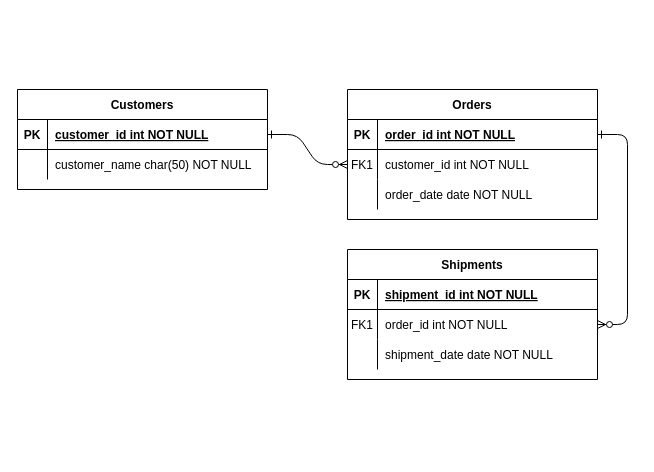
Before: Untitled Diagram.drawio in QuiseB29/Database-Fundamentals, a draw.io diagram. Source tidied: cells renumbered, new cells numbered last; positions are measured from the earlier drawing's top-left corner, leaving out a move shared by most shapes. Both pictures are drawn from the tidied source at 100%, with x=0, y=0 at pixel (17, 89).
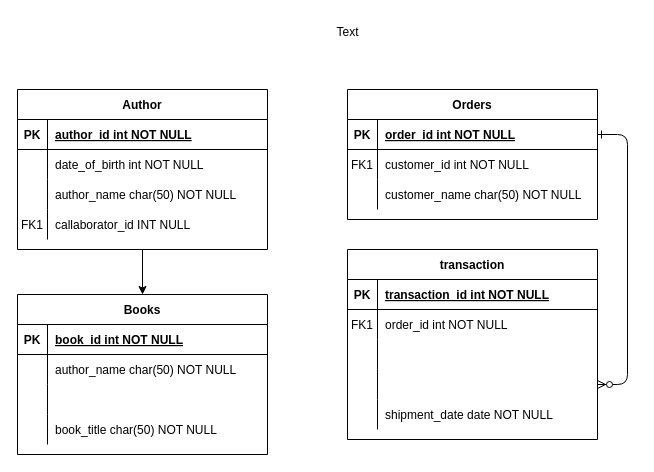
After the change.

Unchanged cells that the change refers to:
```xml
<mxCell id="8" style="shape=partialRectangle;fillColor=none;points=[[0,0.5],[1,0.5]];portConstraint=eastwest;top=0;left=0;right=0;bottom=0;" parent="4" vertex="1">
  <mxGeometry y="60" width="250" height="30" as="geometry" />
</mxCell>
<mxCell id="11" style="shape=partialRectangle;fillColor=none;top=0;left=0;right=0;bottom=0;" parent="4" vertex="1">
  <mxGeometry y="90" width="250" height="30" as="geometry" />
</mxCell>
<mxCell id="15" style="shape=partialRectangle;fillColor=none;top=0;left=0;right=0;bottom=1;" parent="14" vertex="1">
  <mxGeometry y="30" width="250" height="30" as="geometry" />
</mxCell>
<mxCell id="25" style="shape=partialRectangle;fillColor=none;points=[[0,0.5],[1,0.5]];portConstraint=eastwest;top=0;left=0;right=0;bottom=1;" parent="24" vertex="1">
  <mxGeometry y="30" width="250" height="30" as="geometry" />
</mxCell>
<mxCell id="28" style="shape=partialRectangle;fillColor=none;top=0;left=0;right=0;bottom=0;" parent="24" vertex="1">
  <mxGeometry y="60" width="250" height="30" as="geometry" />
</mxCell>
```

What changed in the source:
```diff
@@
-    <mxCell id="2" style="edgeStyle=entityRelationEdgeStyle;endArrow=ERzeroToMany;startArrow=ERone;endFill=1;startFill=0;" parent="1" edge="1" source="25" target="8">
-      <mxGeometry relative="1" as="geometry" />
-    </mxCell>
@@
-    <mxCell id="13" value="order_date date NOT NULL" style="shape=partialRectangle;overflow=hidden;fillColor=none;top=0;left=0;bottom=0;right=0;align=left;spacingLeft=6;" parent="11" vertex="1">
+    <mxCell id="13" value="customer_name char(50) NOT NULL" style="shape=partialRectangle;overflow=hidden;fillColor=none;top=0;left=0;bottom=0;right=0;align=left;spacingLeft=6;" parent="11" vertex="1">
       <mxGeometry x="30" width="220" height="30" as="geometry" />
     </mxCell>
-    <mxCell id="14" value="Shipments" style="shape=table;startSize=30;childLayout=tableLayout;rowLines=0;fontStyle=1;align=center;" parent="1" vertex="1">
-      <mxGeometry x="330" y="160" width="250" height="130" as="geometry" />
+    <mxCell id="14" value="transaction" style="shape=table;startSize=30;childLayout=tableLayout;rowLines=0;fontStyle=1;align=center;" parent="1" vertex="1">
+      <mxGeometry x="330" y="160" width="250" height="190" as="geometry" />
     </mxCell>
@@
-    <mxCell id="17" value="shipment_id int NOT NULL " style="shape=partialRectangle;overflow=hidden;fillColor=none;top=0;left=0;bottom=0;right=0;align=left;spacingLeft=6;fontStyle=5;" parent="15" vertex="1">
+    <mxCell id="17" value="transaction_id int NOT NULL" style="shape=partialRectangle;overflow=hidden;fillColor=none;top=0;left=0;bottom=0;right=0;align=left;spacingLeft=6;fontStyle=5;" parent="15" vertex="1">
       <mxGeometry x="30" width="220" height="30" as="geometry" />
     </mxCell>
+    <mxCell id="31" style="shape=partialRectangle;fillColor=none;top=0;left=0;right=0;bottom=0;" parent="14" vertex="1">
+      <mxGeometry y="60" width="250" height="30" as="geometry" />
+    </mxCell>
+    <mxCell id="32" value="FK1" style="shape=partialRectangle;overflow=hidden;fillColor=none;top=0;left=0;bottom=0;right=0;" parent="31" vertex="1">
+      <mxGeometry width="30" height="30" as="geometry" />
+    </mxCell>
+    <mxCell id="33" value="order_id int NOT NULL" style="shape=partialRectangle;overflow=hidden;fillColor=none;top=0;left=0;bottom=0;right=0;align=left;spacingLeft=6;" parent="31" vertex="1">
+      <mxGeometry x="30" width="220" height="30" as="geometry" />
+    </mxCell>
+    <mxCell id="34" style="shape=partialRectangle;fillColor=none;top=0;left=0;right=0;bottom=0;" parent="14" vertex="1">
+      <mxGeometry y="90" width="250" height="30" as="geometry" />
+    </mxCell>
+    <mxCell id="35" style="shape=partialRectangle;overflow=hidden;fillColor=none;top=0;left=0;bottom=0;right=0;" parent="34" vertex="1">
+      <mxGeometry width="30" height="30" as="geometry" />
+    </mxCell>
+    <mxCell id="36" style="shape=partialRectangle;overflow=hidden;fillColor=none;top=0;left=0;bottom=0;right=0;align=left;spacingLeft=6;" parent="34" vertex="1">
+      <mxGeometry x="30" width="220" height="30" as="geometry" />
+    </mxCell>
     <mxCell id="18" style="shape=partialRectangle;fillColor=none;points=[[0,0.5],[1,0.5]];portConstraint=eastwest;top=0;left=0;right=0;bottom=0;" parent="14" vertex="1">
-      <mxGeometry y="60" width="250" height="30" as="geometry" />
+      <mxGeometry y="120" width="250" height="30" as="geometry" />
     </mxCell>
-    <mxCell id="19" value="FK1" style="shape=partialRectangle;overflow=hidden;fillColor=none;top=0;left=0;bottom=0;right=0;" parent="18" vertex="1">
+    <mxCell id="19" style="shape=partialRectangle;overflow=hidden;fillColor=none;top=0;left=0;bottom=0;right=0;" parent="18" vertex="1">
       <mxGeometry width="30" height="30" as="geometry" />
     </mxCell>
-    <mxCell id="20" value="order_id int NOT NULL" style="shape=partialRectangle;overflow=hidden;fillColor=none;top=0;left=0;bottom=0;right=0;align=left;spacingLeft=6;" parent="18" vertex="1">
+    <mxCell id="20" style="shape=partialRectangle;overflow=hidden;fillColor=none;top=0;left=0;bottom=0;right=0;align=left;spacingLeft=6;" parent="18" vertex="1">
       <mxGeometry x="30" width="220" height="30" as="geometry" />
     </mxCell>
     <mxCell id="21" style="shape=partialRectangle;fillColor=none;top=0;left=0;right=0;bottom=0;" parent="14" vertex="1">
-      <mxGeometry y="90" width="250" height="30" as="geometry" />
+      <mxGeometry y="150" width="250" height="30" as="geometry" />
     </mxCell>
@@
+    <mxCell id="37" style="edgeStyle=orthogonalEdgeStyle;rounded=0;jettySize=auto;html=1;" parent="1" edge="1" source="24" target="45">
+      <mxGeometry relative="1" as="geometry" />
+    </mxCell>
-    <mxCell id="24" value="Customers" style="shape=table;startSize=30;childLayout=tableLayout;rowLines=0;fontStyle=1;align=center;" parent="1" vertex="1">
-      <mxGeometry width="250" height="100" as="geometry" />
+    <mxCell id="24" value="Author" style="shape=table;startSize=30;childLayout=tableLayout;rowLines=0;fontStyle=1;align=center;" parent="1" vertex="1">
+      <mxGeometry width="250" height="160" as="geometry" />
     </mxCell>
@@
-    <mxCell id="27" value="customer_id int NOT NULL " style="shape=partialRectangle;overflow=hidden;fillColor=none;top=0;left=0;bottom=0;right=0;align=left;spacingLeft=6;fontStyle=5;" parent="25" vertex="1">
+    <mxCell id="27" value="author_id int NOT NULL" style="shape=partialRectangle;overflow=hidden;fillColor=none;top=0;left=0;bottom=0;right=0;align=left;spacingLeft=6;fontStyle=5;" parent="25" vertex="1">
       <mxGeometry x="30" width="220" height="30" as="geometry" />
     </mxCell>
@@
-    <mxCell id="30" value="customer_name char(50) NOT NULL" style="shape=partialRectangle;overflow=hidden;fillColor=none;top=0;left=0;bottom=0;right=0;align=left;spacingLeft=6;" parent="28" vertex="1">
+    <mxCell id="30" value="date_of_birth int NOT NULL" style="shape=partialRectangle;overflow=hidden;fillColor=none;top=0;left=0;bottom=0;right=0;align=left;spacingLeft=6;" parent="28" vertex="1">
       <mxGeometry x="30" width="220" height="30" as="geometry" />
     </mxCell>
+    <mxCell id="38" style="shape=partialRectangle;fillColor=none;top=0;left=0;right=0;bottom=0;" parent="24" vertex="1">
+      <mxGeometry y="90" width="250" height="30" as="geometry" />
+    </mxCell>
+    <mxCell id="39" style="shape=partialRectangle;overflow=hidden;fillColor=none;top=0;left=0;bottom=0;right=0;" parent="38" vertex="1">
+      <mxGeometry width="30" height="30" as="geometry" />
+    </mxCell>
+    <mxCell id="40" value="author_name char(50) NOT NULL" style="shape=partialRectangle;overflow=hidden;fillColor=none;top=0;left=0;bottom=0;right=0;align=left;spacingLeft=6;" parent="38" vertex="1">
+      <mxGeometry x="30" width="220" height="30" as="geometry" />
+    </mxCell>
+    <mxCell id="41" style="shape=partialRectangle;fillColor=none;top=0;left=0;right=0;bottom=0;" parent="24" vertex="1">
+      <mxGeometry y="120" width="250" height="30" as="geometry" />
+    </mxCell>
+    <mxCell id="42" value="FK1" style="shape=partialRectangle;overflow=hidden;fillColor=none;top=0;left=0;bottom=0;right=0;" parent="41" vertex="1">
+      <mxGeometry width="30" height="30" as="geometry" />
+    </mxCell>
+    <mxCell id="43" value="callaborator_id INT NULL" style="shape=partialRectangle;overflow=hidden;fillColor=none;top=0;left=0;bottom=0;right=0;align=left;spacingLeft=6;" parent="41" vertex="1">
+      <mxGeometry x="30" width="220" height="30" as="geometry" />
+    </mxCell>
+    <mxCell id="44" value="Text" style="text;html=1;align=center;verticalAlign=middle;strokeColor=none;fillColor=none;" parent="1" vertex="1">
+      <mxGeometry x="305" y="-72" width="50" height="30" as="geometry" />
+    </mxCell>
+    <mxCell id="45" value="Books" style="shape=table;startSize=30;childLayout=tableLayout;rowLines=0;fontStyle=1;align=center;" parent="1" vertex="1">
+      <mxGeometry y="205" width="250" height="160" as="geometry" />
+    </mxCell>
+    <mxCell id="46" style="shape=partialRectangle;fillColor=none;top=0;left=0;right=0;bottom=1;" parent="45" vertex="1">
+      <mxGeometry y="30" width="250" height="30" as="geometry" />
+    </mxCell>
+    <mxCell id="47" value="PK" style="shape=partialRectangle;overflow=hidden;fillColor=none;top=0;left=0;bottom=0;right=0;fontStyle=1;" parent="46" vertex="1">
+      <mxGeometry width="30" height="30" as="geometry" />
+    </mxCell>
+    <mxCell id="48" value="book_id int NOT NULL " style="shape=partialRectangle;overflow=hidden;fillColor=none;top=0;left=0;bottom=0;right=0;align=left;spacingLeft=6;fontStyle=5;" parent="46" vertex="1">
+      <mxGeometry x="30" width="220" height="30" as="geometry" />
+    </mxCell>
+    <mxCell id="49" style="shape=partialRectangle;fillColor=none;top=0;left=0;right=0;bottom=0;" parent="45" vertex="1">
+      <mxGeometry y="60" width="250" height="30" as="geometry" />
+    </mxCell>
+    <mxCell id="50" style="shape=partialRectangle;overflow=hidden;fillColor=none;top=0;left=0;bottom=0;right=0;" parent="49" vertex="1">
+      <mxGeometry width="30" height="30" as="geometry" />
+    </mxCell>
+    <mxCell id="51" value="author_name char(50) NOT NULL" style="shape=partialRectangle;overflow=hidden;fillColor=none;top=0;left=0;bottom=0;right=0;align=left;spacingLeft=6;" parent="49" vertex="1">
+      <mxGeometry x="30" width="220" height="30" as="geometry" />
+    </mxCell>
+    <mxCell id="52" style="shape=partialRectangle;fillColor=none;top=0;left=0;right=0;bottom=0;" parent="45" vertex="1">
+      <mxGeometry y="90" width="250" height="30" as="geometry" />
+    </mxCell>
+    <mxCell id="53" style="shape=partialRectangle;overflow=hidden;fillColor=none;top=0;left=0;bottom=0;right=0;" parent="52" vertex="1">
+      <mxGeometry width="30" height="30" as="geometry" />
+    </mxCell>
+    <mxCell id="54" style="shape=partialRectangle;overflow=hidden;fillColor=none;top=0;left=0;bottom=0;right=0;align=left;spacingLeft=6;" parent="52" vertex="1">
+      <mxGeometry x="30" width="220" height="30" as="geometry" />
+    </mxCell>
+    <mxCell id="55" style="shape=partialRectangle;fillColor=none;top=0;left=0;right=0;bottom=0;" parent="45" vertex="1">
+      <mxGeometry y="120" width="250" height="30" as="geometry" />
+    </mxCell>
+    <mxCell id="56" style="shape=partialRectangle;overflow=hidden;fillColor=none;top=0;left=0;bottom=0;right=0;" parent="55" vertex="1">
+      <mxGeometry width="30" height="30" as="geometry" />
+    </mxCell>
+    <mxCell id="57" value="book_title char(50) NOT NULL " style="shape=partialRectangle;overflow=hidden;fillColor=none;top=0;left=0;bottom=0;right=0;align=left;spacingLeft=6;" parent="55" vertex="1">
+      <mxGeometry x="30" width="220" height="30" as="geometry" />
+    </mxCell>
```
